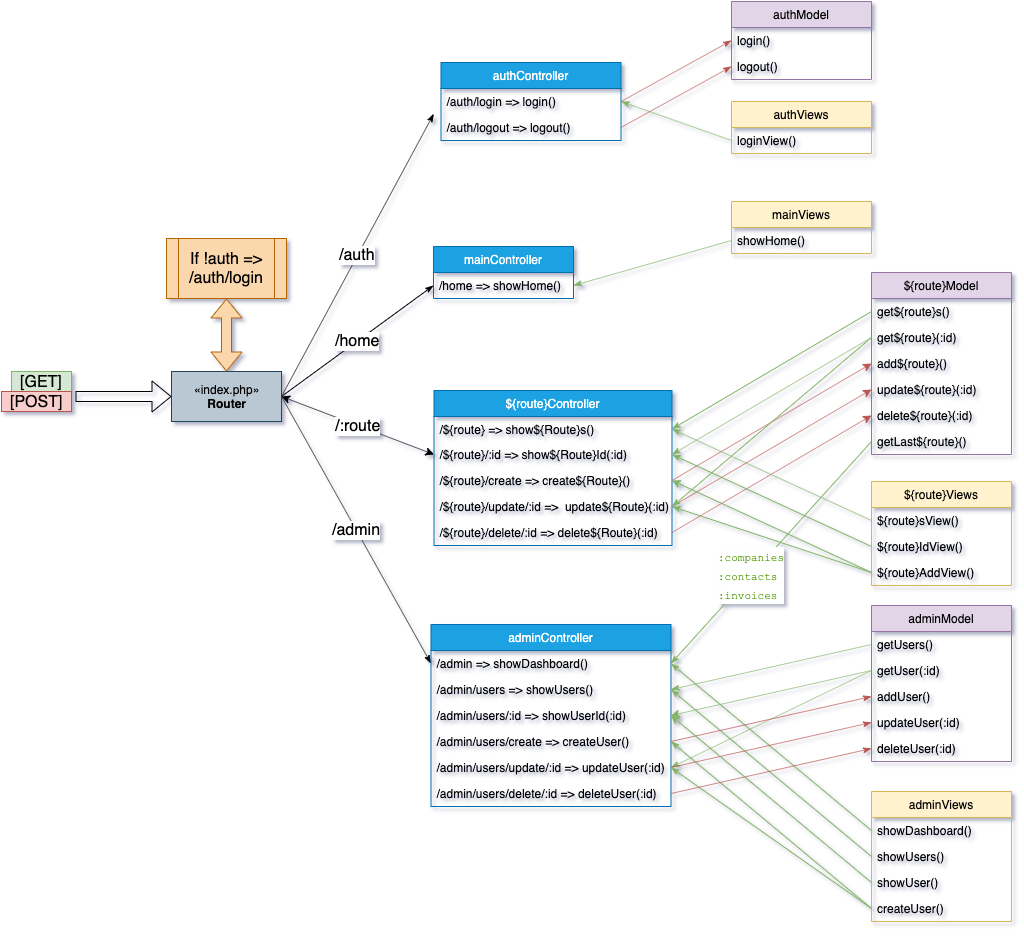
Earlier version of the draw.io export infos/cogip flowchart.png (PierreKimbanziR/cogip). Source tidied: cells renumbered, new cells last; positions are measured from the earlier drawing's top-left corner, leaving out a move shared by most shapes.
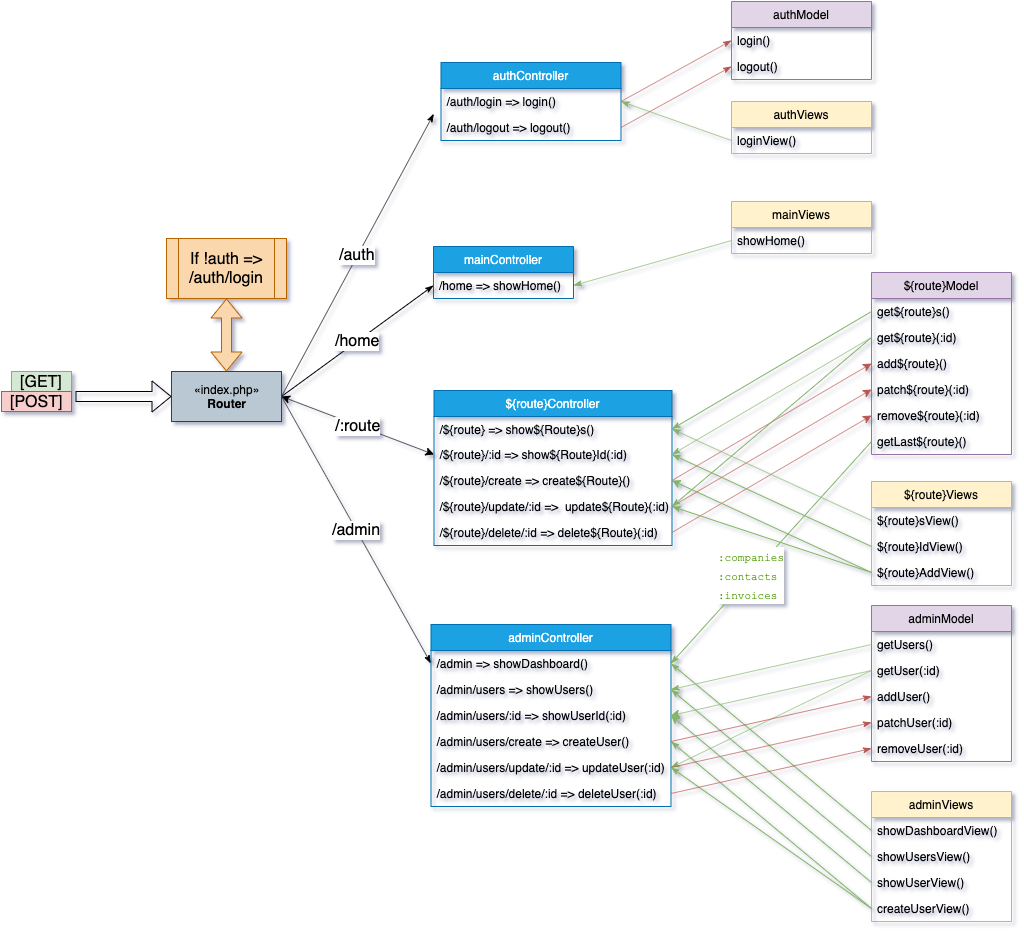
Later version of the same file.

Diff of the diagram source:
```diff
@@ -20,7 +20,7 @@
     <mxCell id="7" value="${route}Controller" style="swimlane;fontStyle=0;horizontal=1;startSize=26;fillColor=#1ba1e2;strokeColor=#006EAF;fontColor=#ffffff;" parent="1" vertex="1">
       <mxGeometry x="432.5" y="389" width="238" height="155" as="geometry" />
     </mxCell>
-    <mxCell id="8" value="/${route} =&gt; show${Route}s()" style="text;strokeColor=none;fillColor=none;align=left;verticalAlign=top;spacingLeft=4;spacingRight=4;overflow=hidden;points=[[0,0.5],[1,0.5]];portConstraint=eastwest;" parent="7" vertex="1">
+    <mxCell id="8" value="/${route} =&gt; show${Route}s()" style="text;strokeColor=none;fillColor=none;align=left;verticalAlign=top;spacingLeft=4;spacingRight=4;overflow=hidden;points=[[0,0.5],[1,0.5]];portConstraint=eastwest;fontStyle=0;" parent="7" vertex="1">
       <mxGeometry y="26" width="238" height="25" as="geometry" />
     </mxCell>
     <mxCell id="9" value="/${route}/:id =&gt; show${Route}Id(:id)" style="text;strokeColor=none;fillColor=none;align=left;verticalAlign=top;spacingLeft=4;spacingRight=4;overflow=hidden;points=[[0,0.5],[1,0.5]];portConstraint=eastwest;" parent="7" vertex="1">
@@ -47,10 +47,10 @@
     <mxCell id="16" value="add${route}()" style="text;strokeColor=none;fillColor=none;align=left;verticalAlign=top;spacingLeft=4;spacingRight=4;overflow=hidden;points=[[0,0.5],[1,0.5]];portConstraint=eastwest;" parent="13" vertex="1">
       <mxGeometry y="78" width="140" height="26" as="geometry" />
     </mxCell>
-    <mxCell id="17" value="update${route}(:id)" style="text;strokeColor=none;fillColor=none;align=left;verticalAlign=top;spacingLeft=4;spacingRight=4;overflow=hidden;points=[[0,0.5],[1,0.5]];portConstraint=eastwest;" parent="13" vertex="1">
+    <mxCell id="17" value="patch${route}(:id)" style="text;strokeColor=none;fillColor=none;align=left;verticalAlign=top;spacingLeft=4;spacingRight=4;overflow=hidden;points=[[0,0.5],[1,0.5]];portConstraint=eastwest;" parent="13" vertex="1">
       <mxGeometry y="104" width="140" height="26" as="geometry" />
     </mxCell>
-    <mxCell id="18" value="delete${route}(:id)" style="text;strokeColor=none;fillColor=none;align=left;verticalAlign=top;spacingLeft=4;spacingRight=4;overflow=hidden;points=[[0,0.5],[1,0.5]];portConstraint=eastwest;" parent="13" vertex="1">
+    <mxCell id="18" value="remove${route}(:id)" style="text;strokeColor=none;fillColor=none;align=left;verticalAlign=top;spacingLeft=4;spacingRight=4;overflow=hidden;points=[[0,0.5],[1,0.5]];portConstraint=eastwest;" parent="13" vertex="1">
       <mxGeometry y="130" width="140" height="26" as="geometry" />
     </mxCell>
     <mxCell id="19" value="getLast${route}()" style="text;strokeColor=none;fillColor=none;align=left;verticalAlign=top;spacingLeft=4;spacingRight=4;overflow=hidden;points=[[0,0.5],[1,0.5]];portConstraint=eastwest;" parent="13" vertex="1">
@@ -179,16 +179,16 @@
     <mxCell id="60" value="adminViews" style="swimlane;fontStyle=0;horizontal=1;startSize=26;fillColor=#fff2cc;strokeColor=#d6b656;" parent="1" vertex="1">
       <mxGeometry x="870" y="790" width="140" height="130" as="geometry" />
     </mxCell>
-    <mxCell id="61" value="showDashboard()" style="text;strokeColor=none;fillColor=none;align=left;verticalAlign=top;spacingLeft=4;spacingRight=4;overflow=hidden;points=[[0,0.5],[1,0.5]];portConstraint=eastwest;" parent="60" vertex="1">
+    <mxCell id="61" value="showDashboardView()" style="text;strokeColor=none;fillColor=none;align=left;verticalAlign=top;spacingLeft=4;spacingRight=4;overflow=hidden;points=[[0,0.5],[1,0.5]];portConstraint=eastwest;" parent="60" vertex="1">
       <mxGeometry y="26" width="140" height="26" as="geometry" />
     </mxCell>
-    <mxCell id="62" value="showUsers()" style="text;strokeColor=none;fillColor=none;align=left;verticalAlign=top;spacingLeft=4;spacingRight=4;overflow=hidden;points=[[0,0.5],[1,0.5]];portConstraint=eastwest;" parent="60" vertex="1">
+    <mxCell id="62" value="showUsersView()" style="text;strokeColor=none;fillColor=none;align=left;verticalAlign=top;spacingLeft=4;spacingRight=4;overflow=hidden;points=[[0,0.5],[1,0.5]];portConstraint=eastwest;" parent="60" vertex="1">
       <mxGeometry y="52" width="140" height="26" as="geometry" />
     </mxCell>
-    <mxCell id="63" value="showUser()" style="text;strokeColor=none;fillColor=none;align=left;verticalAlign=top;spacingLeft=4;spacingRight=4;overflow=hidden;points=[[0,0.5],[1,0.5]];portConstraint=eastwest;" parent="60" vertex="1">
+    <mxCell id="63" value="showUserView()" style="text;strokeColor=none;fillColor=none;align=left;verticalAlign=top;spacingLeft=4;spacingRight=4;overflow=hidden;points=[[0,0.5],[1,0.5]];portConstraint=eastwest;" parent="60" vertex="1">
       <mxGeometry y="78" width="140" height="26" as="geometry" />
     </mxCell>
-    <mxCell id="64" value="createUser()" style="text;strokeColor=none;fillColor=none;align=left;verticalAlign=top;spacingLeft=4;spacingRight=4;overflow=hidden;points=[[0,0.5],[1,0.5]];portConstraint=eastwest;" parent="60" vertex="1">
+    <mxCell id="64" value="createUserView()" style="text;strokeColor=none;fillColor=none;align=left;verticalAlign=top;spacingLeft=4;spacingRight=4;overflow=hidden;points=[[0,0.5],[1,0.5]];portConstraint=eastwest;" parent="60" vertex="1">
       <mxGeometry y="104" width="140" height="26" as="geometry" />
     </mxCell>
     <mxCell id="65" style="edgeStyle=none;rounded=1;jettySize=auto;html=1;exitX=0;exitY=0.5;exitDx=0;exitDy=0;entryX=1;entryY=0.5;entryDx=0;entryDy=0;startArrow=none;startFill=0;endArrow=classicThin;endFill=1;strokeColor=#82b366;strokeWidth=1;fontSize=16;fillColor=#d5e8d4;" parent="1" edge="1" source="61" target="54">
@@ -215,10 +215,10 @@
     <mxCell id="72" value="addUser()" style="text;strokeColor=none;fillColor=none;align=left;verticalAlign=top;spacingLeft=4;spacingRight=4;overflow=hidden;points=[[0,0.5],[1,0.5]];portConstraint=eastwest;" parent="69" vertex="1">
       <mxGeometry y="78" width="140" height="26" as="geometry" />
     </mxCell>
-    <mxCell id="73" value="updateUser(:id)" style="text;strokeColor=none;fillColor=none;align=left;verticalAlign=top;spacingLeft=4;spacingRight=4;overflow=hidden;points=[[0,0.5],[1,0.5]];portConstraint=eastwest;" parent="69" vertex="1">
+    <mxCell id="73" value="patchUser(:id)" style="text;strokeColor=none;fillColor=none;align=left;verticalAlign=top;spacingLeft=4;spacingRight=4;overflow=hidden;points=[[0,0.5],[1,0.5]];portConstraint=eastwest;" parent="69" vertex="1">
       <mxGeometry y="104" width="140" height="26" as="geometry" />
     </mxCell>
-    <mxCell id="74" value="deleteUser(:id)" style="text;strokeColor=none;fillColor=none;align=left;verticalAlign=top;spacingLeft=4;spacingRight=4;overflow=hidden;points=[[0,0.5],[1,0.5]];portConstraint=eastwest;" parent="69" vertex="1">
+    <mxCell id="74" value="removeUser(:id)" style="text;strokeColor=none;fillColor=none;align=left;verticalAlign=top;spacingLeft=4;spacingRight=4;overflow=hidden;points=[[0,0.5],[1,0.5]];portConstraint=eastwest;" parent="69" vertex="1">
       <mxGeometry y="130" width="140" height="26" as="geometry" />
     </mxCell>
     <mxCell id="75" style="edgeStyle=none;rounded=1;jettySize=auto;html=1;exitX=0;exitY=0.5;exitDx=0;exitDy=0;entryX=1;entryY=0.5;entryDx=0;entryDy=0;startArrow=none;startFill=0;endArrow=classicThin;endFill=1;strokeColor=#82b366;strokeWidth=1;fontSize=16;fillColor=#d5e8d4;" parent="1" edge="1" source="70" target="55">
```
